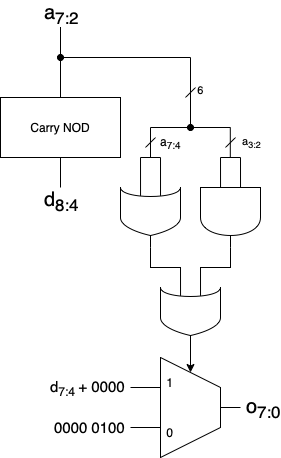
savedbyawaif/ApproxNOD keeps this draw.io diagram as Logic Diagrams/APPROX_8BIT_NOD.png. Above is the earlier version. Source tidied: cells renumbered, new cells last; positions are measured from the earlier drawing's top-left corner, leaving out a move shared by most shapes.
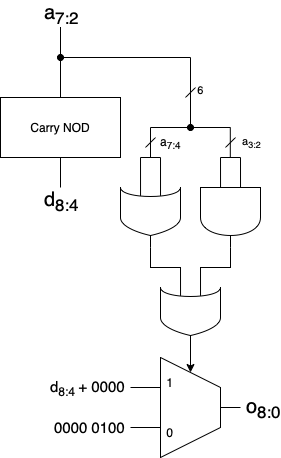
Later version of the same file.

The edit, as a diff of the source:
```diff
@@ -144,7 +144,7 @@
         <mxPoint x="240" y="380" as="targetPoint" />
       </mxGeometry>
     </mxCell>
-    <mxCell id="30" value="&lt;font&gt;&lt;sub&gt;&lt;span style=&quot;font-size: 20px;&quot;&gt;o&lt;sub&gt;7:0&lt;/sub&gt;&lt;/span&gt;&lt;/sub&gt;&lt;/font&gt;" style="edgeLabel;html=1;align=center;verticalAlign=middle;labelBackgroundColor=none;" parent="29" vertex="1">
+    <mxCell id="30" value="&lt;font&gt;&lt;sub&gt;&lt;span style=&quot;font-size: 20px;&quot;&gt;o&lt;sub&gt;8:0&lt;/sub&gt;&lt;/span&gt;&lt;/sub&gt;&lt;/font&gt;" style="edgeLabel;html=1;align=center;verticalAlign=middle;labelBackgroundColor=none;" parent="29" vertex="1">
       <mxGeometry relative="1" as="geometry">
         <mxPoint x="32" as="offset" />
       </mxGeometry>
@@ -160,7 +160,7 @@
         </Array>
       </mxGeometry>
     </mxCell>
-    <mxCell id="33" value="&lt;font style=&quot;font-size: 15px;&quot;&gt;d&lt;sub&gt;7:4&amp;nbsp;&lt;/sub&gt;+ 0000&lt;/font&gt;" style="text;html=1;align=center;verticalAlign=middle;strokeColor=none;fillColor=none;" parent="1" vertex="1">
+    <mxCell id="33" value="&lt;font style=&quot;font-size: 15px;&quot;&gt;d&lt;sub&gt;8:4&amp;nbsp;&lt;/sub&gt;+ 0000&lt;/font&gt;" style="text;html=1;align=center;verticalAlign=middle;strokeColor=none;fillColor=none;" parent="1" vertex="1">
       <mxGeometry x="37" y="346" width="100" height="30" as="geometry" />
     </mxCell>
     <mxCell id="34" value="1" style="text;strokeColor=none;align=center;fillColor=none;html=1;verticalAlign=middle;whiteSpace=wrap;rounded=0;" parent="1" vertex="1">
```
